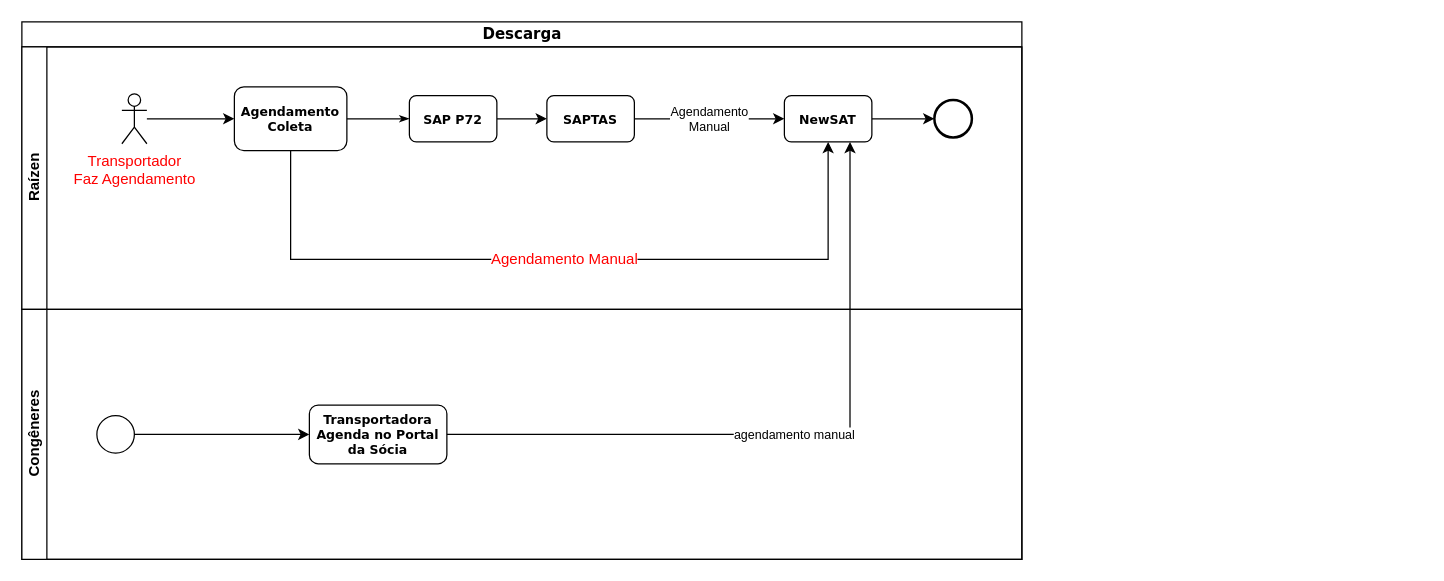
Above: page "Descarga" (3 of 3) of PAI.drawio in anlugifa/drawio (draw.io), before the change. Source tidied: cells renumbered, new cells numbered last; positions are measured from the earlier drawing's top-left corner, leaving out a move shared by most shapes. Both pictures are drawn from the tidied source at 125%, with x=0, y=0 at pixel (21, 21).
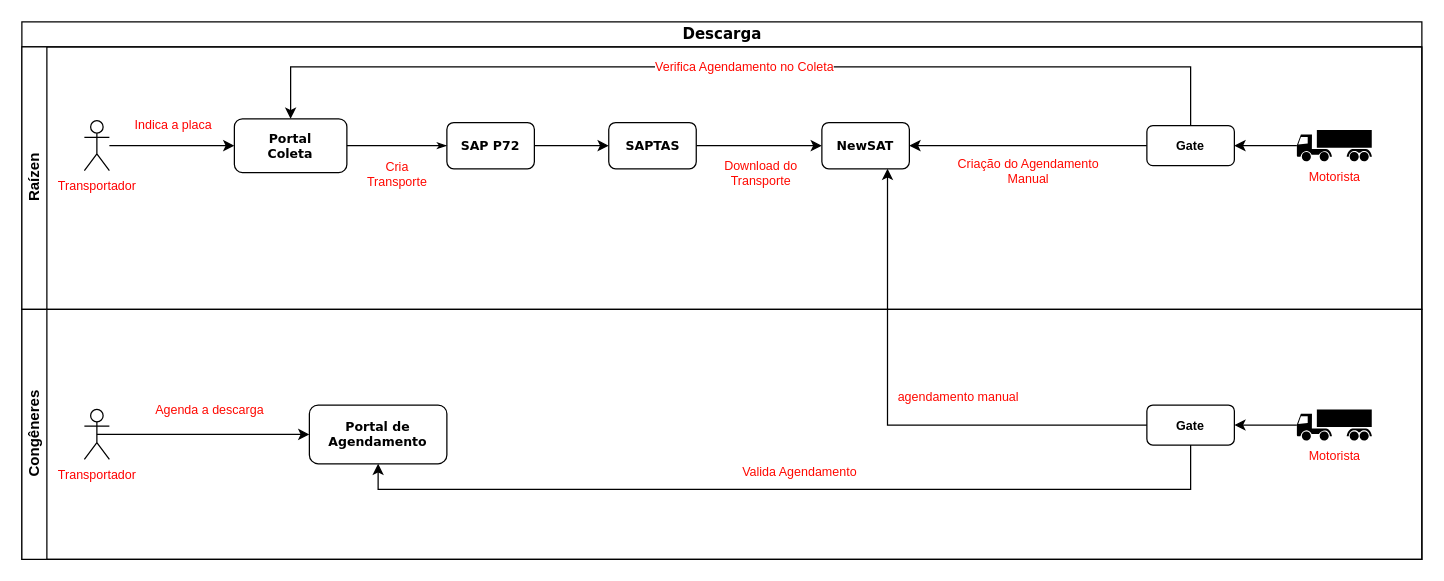
After the change.

What changed in the source:
```diff
@@
     <mxCell id="2" value="Descarga" style="swimlane;html=1;horizontal=1;startSize=20;rounded=0;shadow=0;labelBackgroundColor=none;strokeColor=#000000;strokeWidth=1;fillColor=#ffffff;fontFamily=Verdana;fontSize=12;fontColor=#000000;align=center;" parent="1" vertex="1">
-      <mxGeometry width="800" height="430" as="geometry" />
+      <mxGeometry width="1120" height="430" as="geometry" />
     </mxCell>
     <mxCell id="3" value="Raízen" style="swimlane;html=1;startSize=20;horizontal=0;" parent="2" vertex="1">
-      <mxGeometry y="20" width="800" height="210" as="geometry" />
+      <mxGeometry y="20" width="1120" height="210" as="geometry" />
     </mxCell>
-    <mxCell id="4" value="Agendamento&lt;br&gt;Coleta" style="rounded=1;whiteSpace=wrap;html=1;shadow=0;labelBackgroundColor=none;strokeColor=#000000;strokeWidth=1;fillColor=#ffffff;fontFamily=Verdana;fontSize=10;fontColor=#000000;align=center;fontStyle=1;" parent="3" vertex="1">
-      <mxGeometry x="170" y="32" width="90" height="51" as="geometry" />
+    <mxCell id="4" value="Portal&lt;br&gt;Coleta" style="rounded=1;whiteSpace=wrap;html=1;shadow=0;labelBackgroundColor=none;strokeColor=#000000;strokeWidth=1;fillColor=#ffffff;fontFamily=Verdana;fontSize=10;fontColor=#000000;align=center;fontStyle=1;" parent="3" vertex="1">
+      <mxGeometry x="170" y="57.5" width="90" height="43" as="geometry" />
     </mxCell>
@@
     <mxCell id="6" value="SAP P72" style="rounded=1;whiteSpace=wrap;html=1;shadow=0;labelBackgroundColor=none;strokeColor=#000000;strokeWidth=1;fillColor=#ffffff;fontFamily=Verdana;fontSize=10;fontColor=#000000;align=center;fontStyle=1;" parent="3" vertex="1">
-      <mxGeometry x="310" y="39" width="70" height="37" as="geometry" />
+      <mxGeometry x="340" y="60.5" width="70" height="37" as="geometry" />
     </mxCell>
-    <mxCell id="7" value="Agendamento&lt;br&gt;Manual" style="edgeStyle=orthogonalEdgeStyle;rounded=0;jettySize=auto;html=1;fontSize=10;" parent="3" edge="1" source="8" target="10">
-      <mxGeometry relative="1" as="geometry" />
+    <mxCell id="7" value="Download do&lt;br&gt;Transporte" style="edgeStyle=orthogonalEdgeStyle;rounded=0;jettySize=auto;html=1;fontSize=10;fontColor=#FF0800;" parent="3" edge="1" source="8" target="10">
+      <mxGeometry x="0.01" y="-23" relative="1" as="geometry">
+        <mxPoint y="-1" as="offset" />
+      </mxGeometry>
     </mxCell>
     <mxCell id="8" value="SAPTAS" style="rounded=1;whiteSpace=wrap;html=1;shadow=0;labelBackgroundColor=none;strokeColor=#000000;strokeWidth=1;fillColor=#ffffff;fontFamily=Verdana;fontSize=10;fontColor=#000000;align=center;fontStyle=1;" parent="3" vertex="1">
-      <mxGeometry x="420" y="39" width="70" height="37" as="geometry" />
+      <mxGeometry x="469.5" y="60.5" width="70" height="37" as="geometry" />
     </mxCell>
-    <mxCell id="9" style="edgeStyle=orthogonalEdgeStyle;rounded=0;jettySize=auto;html=1;entryX=0;entryY=0.5;entryDx=0;entryDy=0;fontSize=10;" parent="3" edge="1" source="10" target="11">
-      <mxGeometry relative="1" as="geometry" />
-    </mxCell>
+    <mxCell id="21" value="&lt;font color=&quot;#ff0800&quot;&gt;Verifica Agendamento no Coleta&lt;/font&gt;" style="edgeStyle=orthogonalEdgeStyle;rounded=0;jettySize=auto;html=1;entryX=0.5;entryY=0;entryDx=0;entryDy=0;fontSize=10;fontColor=#000000;exitX=0.5;exitY=0;exitDx=0;exitDy=0;" parent="3" edge="1" source="25" target="4">
+      <mxGeometry relative="1" as="geometry">
+        <Array as="points">
+          <mxPoint x="935" y="16" />
+          <mxPoint x="215" y="16" />
+        </Array>
+      </mxGeometry>
+    </mxCell>
     <mxCell id="10" value="NewSAT" style="rounded=1;whiteSpace=wrap;html=1;shadow=0;labelBackgroundColor=none;strokeColor=#000000;strokeWidth=1;fillColor=#ffffff;fontFamily=Verdana;fontSize=10;fontColor=#000000;align=center;fontStyle=1;" parent="3" vertex="1">
-      <mxGeometry x="610" y="39" width="70" height="37" as="geometry" />
+      <mxGeometry x="640" y="60.5" width="70" height="37" as="geometry" />
     </mxCell>
-    <mxCell id="11" style="ellipse;whiteSpace=wrap;html=1;rounded=0;shadow=0;labelBackgroundColor=none;strokeColor=#000000;strokeWidth=2;fillColor=#ffffff;fontFamily=Verdana;fontSize=8;fontColor=#000000;align=center;" parent="3" vertex="1">
-      <mxGeometry x="730" y="42.5" width="30" height="30" as="geometry" />
-    </mxCell>
-    <mxCell id="12" style="edgeStyle=orthogonalEdgeStyle;rounded=0;html=1;labelBackgroundColor=none;startArrow=none;startFill=0;startSize=5;endArrow=classicThin;endFill=1;endSize=5;jettySize=auto;strokeColor=#000000;strokeWidth=1;fontFamily=Verdana;fontSize=8;fontColor=#000000;entryX=0;entryY=0.5;entryDx=0;entryDy=0;" parent="3" edge="1" source="4" target="6">
-      <mxGeometry relative="1" as="geometry" />
+    <mxCell id="12" value="&lt;font style=&quot;font-size: 10px&quot; color=&quot;#ff0800&quot; face=&quot;Helvetica&quot;&gt;Cria &lt;br&gt;Transporte&lt;/font&gt;" style="edgeStyle=orthogonalEdgeStyle;rounded=0;html=1;labelBackgroundColor=none;startArrow=none;startFill=0;startSize=5;endArrow=classicThin;endFill=1;endSize=5;jettySize=auto;strokeColor=#000000;strokeWidth=1;fontFamily=Verdana;fontSize=8;fontColor=#000000;entryX=0;entryY=0.5;entryDx=0;entryDy=0;" parent="3" edge="1" source="4" target="6">
+      <mxGeometry y="-22" relative="1" as="geometry">
+        <mxPoint y="1" as="offset" />
+      </mxGeometry>
     </mxCell>
-    <mxCell id="13" value="Agendamento Manual" style="edgeStyle=orthogonalEdgeStyle;rounded=0;jettySize=auto;html=1;fontSize=12;fontColor=#FF0000;entryX=0.5;entryY=1;entryDx=0;entryDy=0;" parent="3" edge="1" source="4" target="10">
-      <mxGeometry relative="1" as="geometry">
-        <Array as="points">
-          <mxPoint x="215" y="170" />
-          <mxPoint x="645" y="170" />
-        </Array>
-      </mxGeometry>
-    </mxCell>
-    <mxCell id="14" style="edgeStyle=orthogonalEdgeStyle;rounded=0;jettySize=auto;html=1;entryX=0;entryY=0.5;entryDx=0;entryDy=0;fontSize=12;fontColor=#FF0000;" parent="3" edge="1" source="15" target="4">
-      <mxGeometry relative="1" as="geometry" />
+    <mxCell id="14" value="&lt;font style=&quot;font-size: 10px;&quot;&gt;Indica a placa&lt;/font&gt;" style="edgeStyle=orthogonalEdgeStyle;rounded=0;jettySize=auto;html=1;entryX=0;entryY=0.5;entryDx=0;entryDy=0;fontSize=10;fontColor=#FF0000;" parent="3" edge="1" source="15" target="4">
+      <mxGeometry x="0.02" y="18" relative="1" as="geometry">
+        <mxPoint y="1" as="offset" />
+      </mxGeometry>
     </mxCell>
-    <mxCell id="15" value="&lt;font style=&quot;font-size: 12px&quot;&gt;Transportador&lt;br&gt;Faz Agendamento&lt;br&gt;&lt;/font&gt;" style="shape=umlActor;verticalLabelPosition=bottom;labelBackgroundColor=#ffffff;verticalAlign=top;html=1;outlineConnect=0;fontSize=10;fontColor=#FF0000;" parent="3" vertex="1">
-      <mxGeometry x="80" y="37.5" width="20" height="40" as="geometry" />
+    <mxCell id="15" value="&lt;font style=&quot;font-size: 10px&quot;&gt;Transportador&lt;br&gt;&lt;/font&gt;" style="shape=umlActor;verticalLabelPosition=bottom;labelBackgroundColor=#ffffff;verticalAlign=top;html=1;outlineConnect=0;fontSize=10;fontColor=#FF0000;" parent="3" vertex="1">
+      <mxGeometry x="50" y="59" width="20" height="40" as="geometry" />
     </mxCell>
+    <mxCell id="22" style="edgeStyle=orthogonalEdgeStyle;rounded=0;jettySize=auto;html=1;entryX=1;entryY=0.5;entryDx=0;entryDy=0;fontSize=10;fontColor=#000000;" parent="3" edge="1" source="23" target="25">
+      <mxGeometry relative="1" as="geometry" />
+    </mxCell>
+    <mxCell id="23" value="Motorista" style="shape=mxgraph.signs.transportation.truck_7;html=1;fillColor=#000000;strokeColor=none;verticalLabelPosition=bottom;verticalAlign=top;align=center;fontSize=10;fontColor=#FF0800;" parent="3" vertex="1">
+      <mxGeometry x="1020" y="66.5" width="60" height="25" as="geometry" />
+    </mxCell>
+    <mxCell id="24" value="Criação do Agendamento&lt;br&gt;Manual" style="edgeStyle=orthogonalEdgeStyle;rounded=0;jettySize=auto;html=1;entryX=1;entryY=0.5;entryDx=0;entryDy=0;fontSize=10;fontColor=#FF0800;" parent="3" edge="1" source="25" target="10">
+      <mxGeometry y="20" relative="1" as="geometry" />
+    </mxCell>
+    <mxCell id="25" value="Gate" style="rounded=1;whiteSpace=wrap;html=1;fontSize=10;fontColor=#000000;fontStyle=1;labelBackgroundColor=#ffffff;" parent="3" vertex="1">
+      <mxGeometry x="900" y="63" width="70" height="32" as="geometry" />
+    </mxCell>
     <mxCell id="16" value="Congêneres" style="swimlane;html=1;startSize=20;horizontal=0;" parent="2" vertex="1">
-      <mxGeometry y="230" width="800" height="200" as="geometry" />
+      <mxGeometry y="230" width="1120" height="200" as="geometry" />
     </mxCell>
-    <mxCell id="17" value="Transportadora Agenda no Portal da Sócia" style="rounded=1;whiteSpace=wrap;html=1;shadow=0;labelBackgroundColor=none;strokeColor=#000000;strokeWidth=1;fillColor=#ffffff;fontFamily=Verdana;fontSize=10;fontColor=#000000;align=center;fontStyle=1;" parent="16" vertex="1">
+    <mxCell id="17" value="Portal de Agendamento" style="rounded=1;whiteSpace=wrap;html=1;shadow=0;labelBackgroundColor=none;strokeColor=#000000;strokeWidth=1;fillColor=#ffffff;fontFamily=Verdana;fontSize=10;fontColor=#000000;align=center;fontStyle=1;" parent="16" vertex="1">
       <mxGeometry x="230" y="76.5" width="110" height="47" as="geometry" />
     </mxCell>
-    <mxCell id="18" style="edgeStyle=orthogonalEdgeStyle;rounded=0;jettySize=auto;html=1;entryX=0;entryY=0.5;entryDx=0;entryDy=0;fontSize=10;" parent="16" edge="1" source="19" target="17">
-      <mxGeometry relative="1" as="geometry" />
-    </mxCell>
-    <mxCell id="19" style="ellipse;whiteSpace=wrap;html=1;rounded=0;shadow=0;labelBackgroundColor=none;strokeColor=#000000;strokeWidth=1;fillColor=#ffffff;fontFamily=Verdana;fontSize=8;fontColor=#000000;align=center;" parent="16" vertex="1">
-      <mxGeometry x="60" y="85" width="30" height="30" as="geometry" />
-    </mxCell>
+    <mxCell id="26" value="Agenda a descarga" style="edgeStyle=orthogonalEdgeStyle;rounded=0;jettySize=auto;html=1;entryX=0;entryY=0.5;entryDx=0;entryDy=0;fontSize=10;fontColor=#FF0800;exitX=0.5;exitY=0.5;exitDx=0;exitDy=0;exitPerimeter=0;" parent="16" edge="1" source="27" target="17">
+      <mxGeometry x="0.06" y="20" relative="1" as="geometry" />
+    </mxCell>
+    <mxCell id="27" value="&lt;font style=&quot;font-size: 10px&quot;&gt;Transportador&lt;br&gt;&lt;/font&gt;" style="shape=umlActor;verticalLabelPosition=bottom;labelBackgroundColor=#ffffff;verticalAlign=top;html=1;outlineConnect=0;fontSize=10;fontColor=#FF0000;" parent="16" vertex="1">
+      <mxGeometry x="50" y="80" width="20" height="40" as="geometry" />
+    </mxCell>
+    <mxCell id="28" style="edgeStyle=orthogonalEdgeStyle;rounded=0;jettySize=auto;html=1;entryX=1;entryY=0.5;entryDx=0;entryDy=0;fontSize=10;fontColor=#FF0800;" parent="16" edge="1" source="29" target="31">
+      <mxGeometry relative="1" as="geometry" />
+    </mxCell>
+    <mxCell id="29" value="Motorista" style="shape=mxgraph.signs.transportation.truck_7;html=1;fillColor=#000000;strokeColor=none;verticalLabelPosition=bottom;verticalAlign=top;align=center;fontSize=10;fontColor=#FF0800;" parent="16" vertex="1">
+      <mxGeometry x="1020" y="80" width="60" height="25" as="geometry" />
+    </mxCell>
+    <mxCell id="30" value="Valida Agendamento" style="edgeStyle=orthogonalEdgeStyle;rounded=0;jettySize=auto;html=1;entryX=0.5;entryY=1;entryDx=0;entryDy=0;fontSize=10;fontColor=#FF0800;" parent="16" edge="1" source="31" target="17">
+      <mxGeometry x="-0.01" y="-14" relative="1" as="geometry">
+        <Array as="points">
+          <mxPoint x="935" y="144" />
+          <mxPoint x="285" y="144" />
+        </Array>
+      </mxGeometry>
+    </mxCell>
+    <mxCell id="31" value="Gate" style="rounded=1;whiteSpace=wrap;html=1;fontSize=10;fontColor=#000000;fontStyle=1;labelBackgroundColor=#ffffff;" parent="16" vertex="1">
+      <mxGeometry x="900" y="76.5" width="70" height="32" as="geometry" />
+    </mxCell>
-    <mxCell id="20" value="agendamento manual" style="edgeStyle=orthogonalEdgeStyle;rounded=0;jettySize=auto;html=1;entryX=0.75;entryY=1;entryDx=0;entryDy=0;fontSize=10;" parent="2" edge="1" source="17" target="10">
-      <mxGeometry relative="1" as="geometry" />
+    <mxCell id="20" value="&lt;font color=&quot;#ff0800&quot;&gt;agendamento manual&lt;/font&gt;" style="edgeStyle=orthogonalEdgeStyle;rounded=0;jettySize=auto;html=1;entryX=0.75;entryY=1;entryDx=0;entryDy=0;fontSize=10;exitX=0;exitY=0.5;exitDx=0;exitDy=0;" parent="2" edge="1" source="31" target="10">
+      <mxGeometry x="-0.27" y="-23" relative="1" as="geometry" />
     </mxCell>
```
